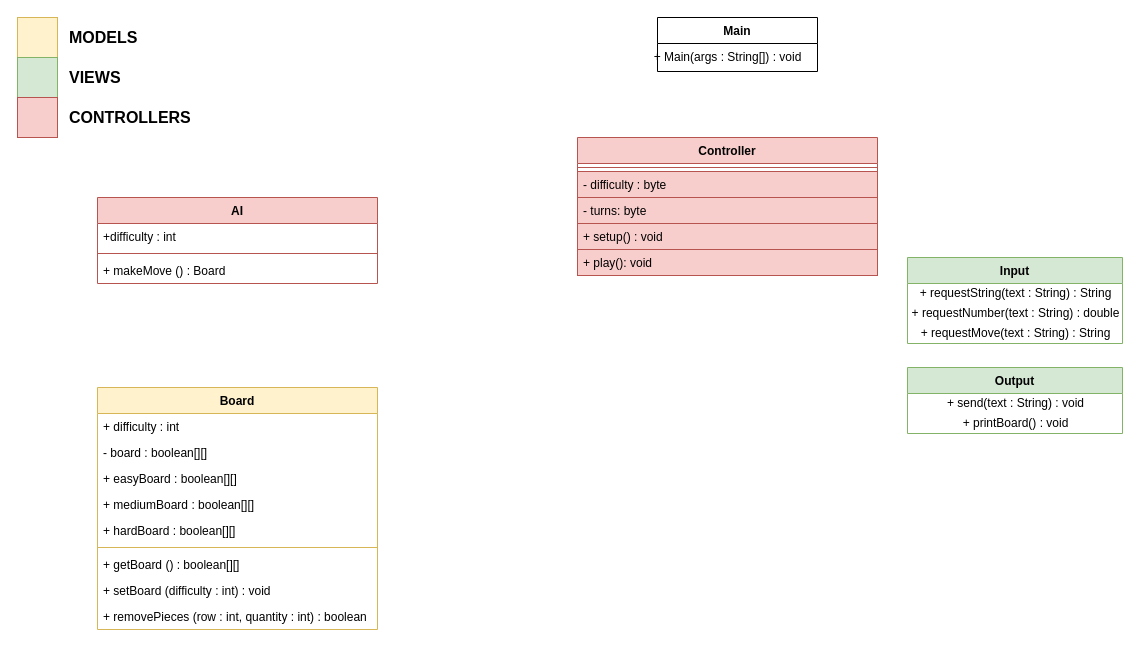
EShrestha/PSE-GameOfNim keeps this draw.io diagram as UML-PSE.drawio. Above is the earlier version. Source tidied: cells renumbered, new cells numbered last; positions are measured from the earlier drawing's top-left corner, leaving out a move shared by most shapes. Both pictures are drawn from the tidied source at 100%, with x=0, y=0 at pixel (17, 17).
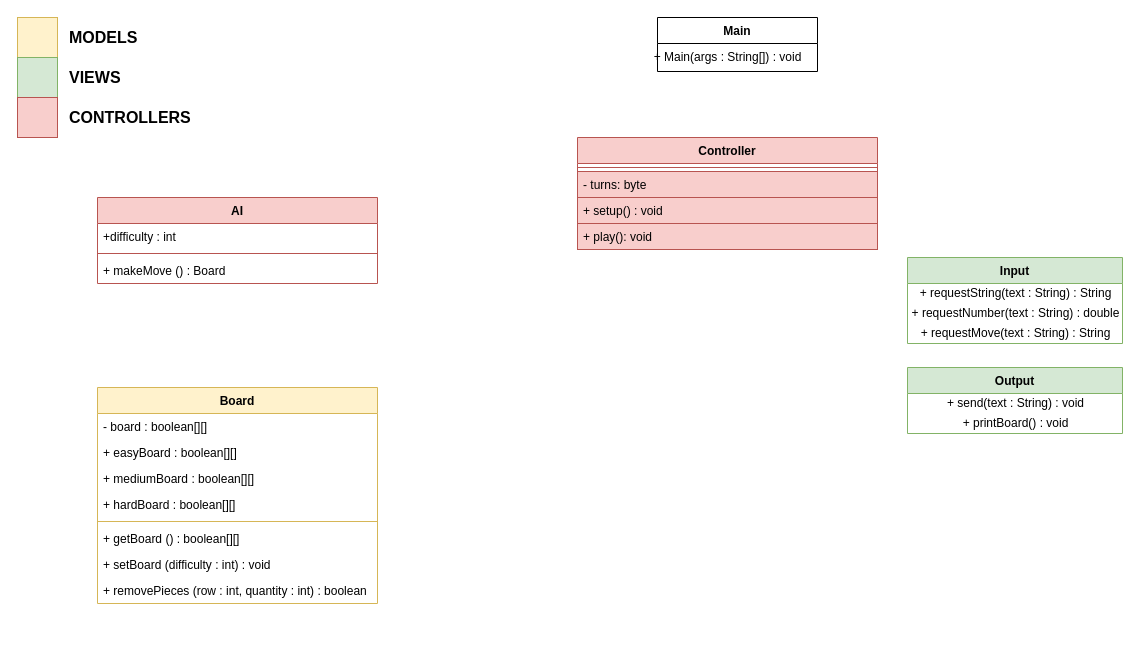
The same diagram, later.

What changed in the source:
```diff
@@
     <mxCell id="17" value="Controller" style="swimlane;fontStyle=1;align=center;verticalAlign=top;horizontal=1;startSize=26;fillColor=#f8cecc;strokeColor=#b85450;" parent="1" vertex="1">
-      <mxGeometry x="560" y="120" width="300" height="138" as="geometry" />
+      <mxGeometry x="560" y="120" width="300" height="112" as="geometry" />
     </mxCell>
@@
-    <mxCell id="19" value="- difficulty : byte" style="text;strokeColor=#b85450;fillColor=#f8cecc;align=left;verticalAlign=top;spacingLeft=4;spacingRight=4;overflow=hidden;" parent="17" vertex="1">
-      <mxGeometry y="34" width="300" height="26" as="geometry" />
-    </mxCell>
     <mxCell id="20" value="- turns: byte" style="text;strokeColor=#b85450;fillColor=#f8cecc;align=left;verticalAlign=top;spacingLeft=4;spacingRight=4;overflow=hidden;" parent="17" vertex="1">
-      <mxGeometry y="60" width="300" height="26" as="geometry" />
+      <mxGeometry y="34" width="300" height="26" as="geometry" />
     </mxCell>
     <mxCell id="21" value="+ setup() : void" style="text;strokeColor=#b85450;fillColor=#f8cecc;align=left;verticalAlign=top;spacingLeft=4;spacingRight=4;overflow=hidden;" parent="17" vertex="1">
-      <mxGeometry y="86" width="300" height="26" as="geometry" />
+      <mxGeometry y="60" width="300" height="26" as="geometry" />
     </mxCell>
     <mxCell id="22" value="+ play(): void" style="text;strokeColor=#b85450;fillColor=#f8cecc;align=left;verticalAlign=top;spacingLeft=4;spacingRight=4;overflow=hidden;" parent="17" vertex="1">
-      <mxGeometry y="112" width="300" height="26" as="geometry" />
+      <mxGeometry y="86" width="300" height="26" as="geometry" />
     </mxCell>
@@
     <mxCell id="27" value="Board" style="swimlane;fontStyle=1;align=center;verticalAlign=top;horizontal=1;startSize=26;fillColor=#fff2cc;strokeColor=#d6b656;" parent="1" vertex="1">
-      <mxGeometry x="80" y="370" width="280" height="242" as="geometry" />
+      <mxGeometry x="80" y="370" width="280" height="216" as="geometry" />
     </mxCell>
-    <mxCell id="28" value="+ difficulty : int" style="text;strokeColor=none;fillColor=none;align=left;verticalAlign=top;spacingLeft=4;spacingRight=4;overflow=hidden;" parent="27" vertex="1">
-      <mxGeometry y="26" width="280" height="26" as="geometry" />
-    </mxCell>
     <mxCell id="29" value="- board : boolean[][]" style="text;strokeColor=none;fillColor=none;align=left;verticalAlign=top;spacingLeft=4;spacingRight=4;overflow=hidden;" parent="27" vertex="1">
-      <mxGeometry y="52" width="280" height="26" as="geometry" />
+      <mxGeometry y="26" width="280" height="26" as="geometry" />
     </mxCell>
     <mxCell id="30" value="+ easyBoard : boolean[][]" style="text;strokeColor=none;fillColor=none;align=left;verticalAlign=top;spacingLeft=4;spacingRight=4;overflow=hidden;" parent="27" vertex="1">
-      <mxGeometry y="78" width="280" height="26" as="geometry" />
+      <mxGeometry y="52" width="280" height="26" as="geometry" />
     </mxCell>
     <mxCell id="31" value="+ mediumBoard : boolean[][]" style="text;strokeColor=none;fillColor=none;align=left;verticalAlign=top;spacingLeft=4;spacingRight=4;overflow=hidden;" parent="27" vertex="1">
-      <mxGeometry y="104" width="280" height="26" as="geometry" />
+      <mxGeometry y="78" width="280" height="26" as="geometry" />
     </mxCell>
     <mxCell id="32" value="+ hardBoard : boolean[][]" style="text;strokeColor=none;fillColor=none;align=left;verticalAlign=top;spacingLeft=4;spacingRight=4;overflow=hidden;" parent="27" vertex="1">
-      <mxGeometry y="130" width="280" height="26" as="geometry" />
+      <mxGeometry y="104" width="280" height="26" as="geometry" />
     </mxCell>
     <mxCell id="33" style="line;strokeWidth=1;fillColor=#fff2cc;align=left;verticalAlign=middle;spacingTop=-1;spacingLeft=3;spacingRight=3;labelPosition=right;strokeColor=#d6b656;" parent="27" vertex="1">
-      <mxGeometry y="156" width="280" height="8" as="geometry" />
+      <mxGeometry y="130" width="280" height="8" as="geometry" />
     </mxCell>
     <mxCell id="34" value="+ getBoard () : boolean[][]" style="text;fillColor=none;align=left;verticalAlign=top;spacingLeft=4;spacingRight=4;overflow=hidden;" parent="27" vertex="1">
-      <mxGeometry y="164" width="280" height="26" as="geometry" />
+      <mxGeometry y="138" width="280" height="26" as="geometry" />
     </mxCell>
     <mxCell id="35" value="+ setBoard (difficulty : int) : void" style="text;fillColor=none;align=left;verticalAlign=top;spacingLeft=4;spacingRight=4;overflow=hidden;" parent="27" vertex="1">
-      <mxGeometry y="190" width="280" height="26" as="geometry" />
+      <mxGeometry y="164" width="280" height="26" as="geometry" />
     </mxCell>
     <mxCell id="36" value="+ removePieces (row : int, quantity : int) : boolean" style="text;fillColor=none;align=left;verticalAlign=top;spacingLeft=4;spacingRight=4;overflow=hidden;" parent="27" vertex="1">
-      <mxGeometry y="216" width="280" height="26" as="geometry" />
+      <mxGeometry y="190" width="280" height="26" as="geometry" />
     </mxCell>
```
